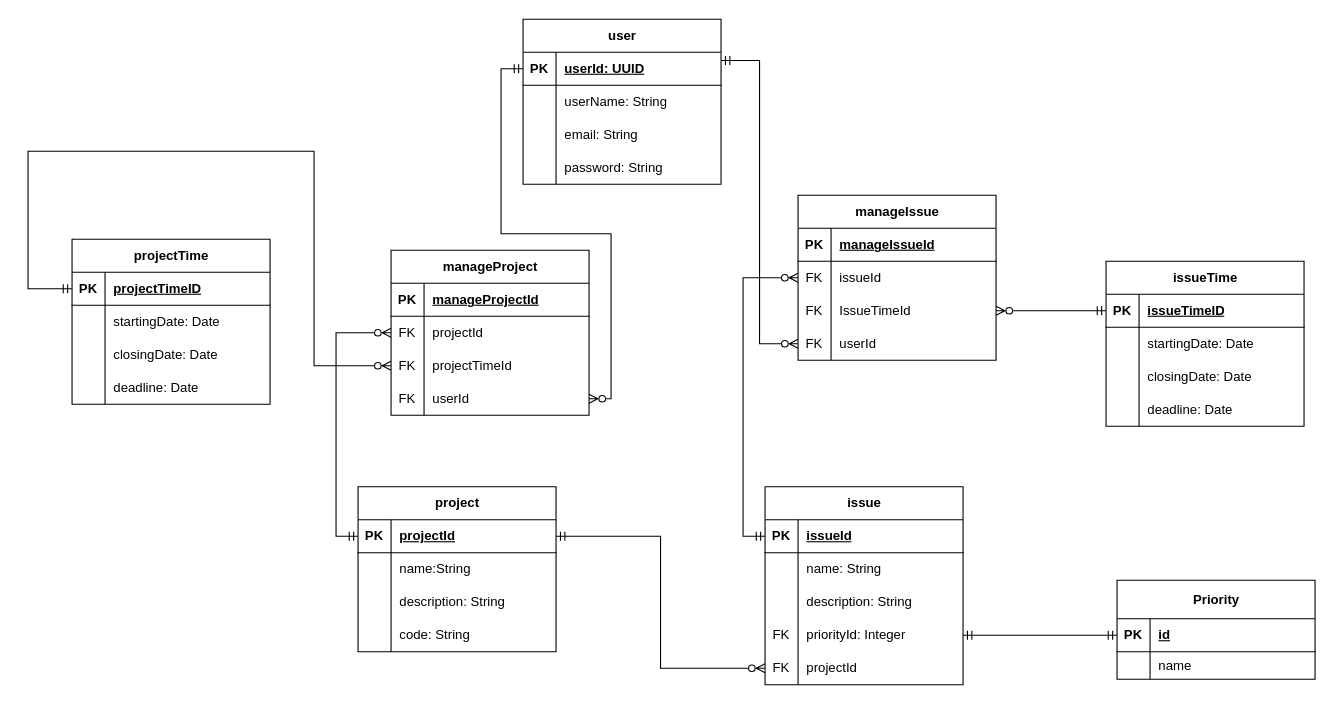
Earlier version of the draw.io diagram images/schema.drawio (andrevier/issue_tracker). Source tidied: cells renumbered, new cells numbered last; positions are measured from the earlier drawing's top-left corner, leaving out a move shared by most shapes. Both pictures are drawn from the tidied source at 110%, with x=0, y=0 at pixel (28, 19).
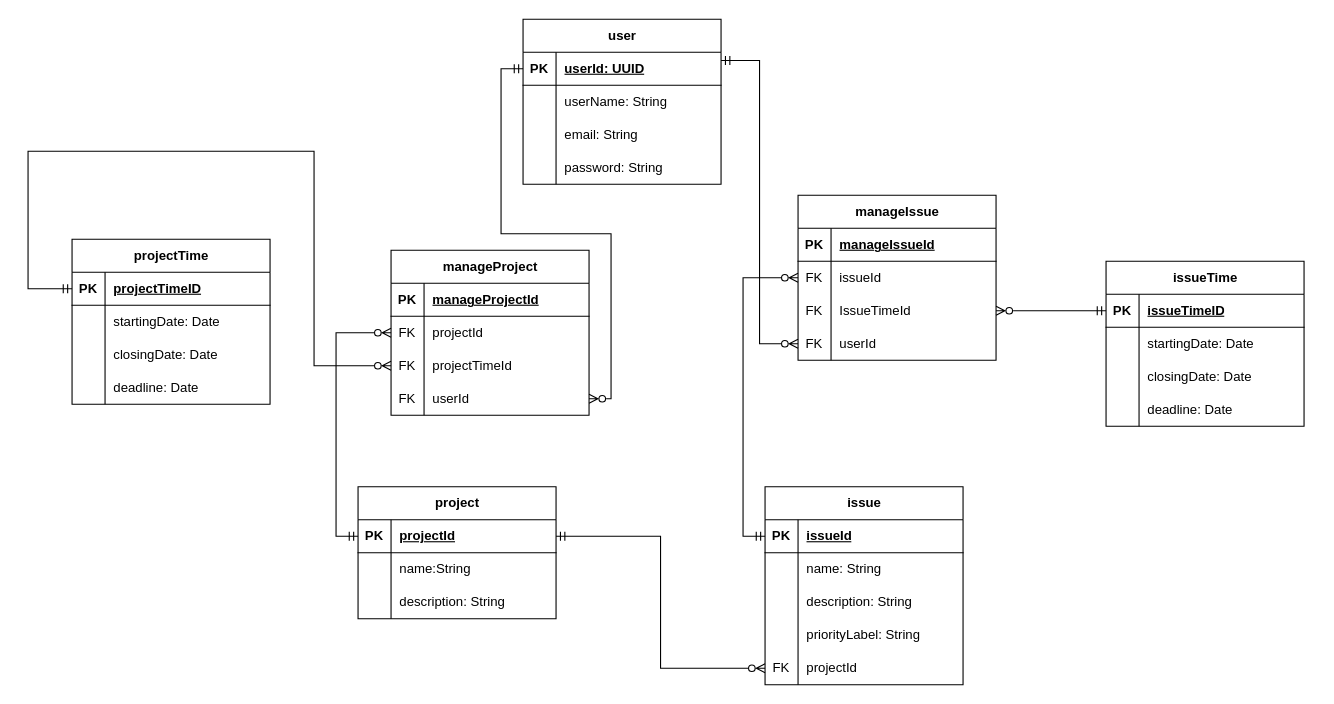
Above is the later version.

Commit message (it also covers changes not shown here):
Update the schema and entity-relationship diagram.

The change refers to these unchanged cells:
```xml
<mxCell id="38" style="shape=tableRow;horizontal=0;startSize=0;swimlaneHead=0;swimlaneBody=0;fillColor=none;points=[[0,0.5],[1,0.5]];portConstraint=eastwest;top=0;left=0;right=0;bottom=0;" parent="28" vertex="1">
  <mxGeometry y="120" width="180" height="30" as="geometry" />
</mxCell>
```

Change to the diagram source:
```diff
@@
     <mxCell id="15" value="project" style="shape=table;startSize=30;childLayout=tableLayout;rowLines=0;fontStyle=1;align=center;html=1;" parent="1" vertex="1">
-      <mxGeometry x="300" y="425" width="180" height="150" as="geometry" />
+      <mxGeometry x="300" y="425" width="180" height="120" as="geometry" />
     </mxCell>
@@
-    <mxCell id="25" style="shape=tableRow;horizontal=0;startSize=0;swimlaneHead=0;swimlaneBody=0;fillColor=none;top=0;left=0;right=0;bottom=0;" parent="15" vertex="1">
-      <mxGeometry y="120" width="180" height="30" as="geometry" />
-    </mxCell>
-    <mxCell id="26" style="shape=partialRectangle;fillColor=none;top=0;left=0;bottom=0;right=0;overflow=hidden;whiteSpace=wrap;html=1;" parent="25" vertex="1">
-      <mxGeometry width="30" height="30" as="geometry" />
-    </mxCell>
-    <mxCell id="27" value="code: String" style="shape=partialRectangle;fillColor=none;top=0;left=0;bottom=0;right=0;align=left;spacingLeft=6;overflow=hidden;whiteSpace=wrap;html=1;" parent="25" vertex="1">
-      <mxGeometry x="30" width="150" height="30" as="geometry" />
-    </mxCell>
@@
-    <mxCell id="39" value="FK" style="shape=partialRectangle;fillColor=none;top=0;left=0;bottom=0;right=0;overflow=hidden;whiteSpace=wrap;html=1;" parent="38" vertex="1">
+    <mxCell id="39" style="shape=partialRectangle;fillColor=none;top=0;left=0;bottom=0;right=0;overflow=hidden;whiteSpace=wrap;html=1;" parent="38" vertex="1">
       <mxGeometry width="30" height="30" as="geometry" />
     </mxCell>
-    <mxCell id="40" value="priorityId: Integer" style="shape=partialRectangle;fillColor=none;top=0;left=0;bottom=0;right=0;align=left;spacingLeft=6;overflow=hidden;whiteSpace=wrap;html=1;" parent="38" vertex="1">
+    <mxCell id="40" value="priorityLabel: String" style="shape=partialRectangle;fillColor=none;top=0;left=0;bottom=0;right=0;align=left;spacingLeft=6;overflow=hidden;whiteSpace=wrap;html=1;" parent="38" vertex="1">
       <mxGeometry x="30" width="150" height="30" as="geometry" />
     </mxCell>
@@
-    <mxCell id="77" value="Priority" style="shape=table;startSize=35;childLayout=tableLayout;rowLines=0;fontStyle=1;align=center;html=1;" parent="1" vertex="1">
-      <mxGeometry x="990" y="510" width="180" height="90" as="geometry" />
-    </mxCell>
-    <mxCell id="78" style="shape=tableRow;horizontal=0;startSize=0;swimlaneHead=0;swimlaneBody=0;fillColor=none;points=[[0,0.5],[1,0.5]];portConstraint=eastwest;top=0;left=0;right=0;bottom=1;" parent="77" vertex="1">
-      <mxGeometry y="35" width="180" height="30" as="geometry" />
-    </mxCell>
-    <mxCell id="79" value="PK" style="shape=partialRectangle;fillColor=none;top=0;left=0;bottom=0;right=0;fontStyle=1;overflow=hidden;whiteSpace=wrap;html=1;" parent="78" vertex="1">
-      <mxGeometry width="30" height="30" as="geometry" />
-    </mxCell>
-    <mxCell id="80" value="id" style="shape=partialRectangle;fillColor=none;top=0;left=0;bottom=0;right=0;align=left;spacingLeft=6;fontStyle=5;overflow=hidden;whiteSpace=wrap;html=1;" parent="78" vertex="1">
-      <mxGeometry x="30" width="150" height="30" as="geometry" />
-    </mxCell>
-    <mxCell id="81" style="shape=tableRow;horizontal=0;startSize=0;swimlaneHead=0;swimlaneBody=0;fillColor=none;top=0;left=0;right=0;bottom=0;" parent="77" vertex="1">
-      <mxGeometry y="65" width="180" height="25" as="geometry" />
-    </mxCell>
-    <mxCell id="82" style="shape=partialRectangle;fillColor=none;top=0;left=0;bottom=0;right=0;overflow=hidden;whiteSpace=wrap;html=1;" parent="81" vertex="1">
-      <mxGeometry width="30" height="25" as="geometry" />
-    </mxCell>
-    <mxCell id="83" value="name" style="shape=partialRectangle;fillColor=none;top=0;left=0;bottom=0;right=0;align=left;spacingLeft=6;overflow=hidden;whiteSpace=wrap;html=1;" parent="81" vertex="1">
-      <mxGeometry x="30" width="150" height="25" as="geometry" />
-    </mxCell>
-    <mxCell id="84" style="edgeStyle=orthogonalEdgeStyle;rounded=0;jettySize=auto;html=1;exitX=1;exitY=0.5;exitDx=0;exitDy=0;entryX=0;entryY=0.5;entryDx=0;entryDy=0;endArrow=ERmandOne;endFill=0;startArrow=ERmandOne;startFill=0;" parent="1" edge="1" source="38" target="78">
-      <mxGeometry relative="1" as="geometry" />
-    </mxCell>
```
